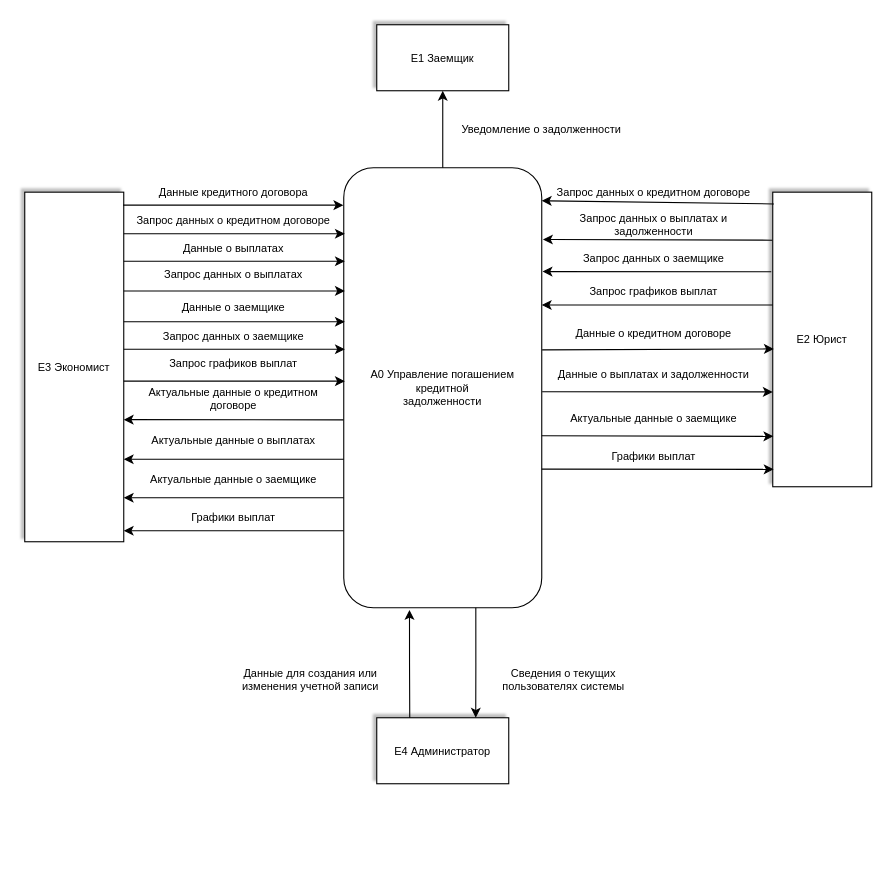
Before: page "A-0" (1 of 3) of DFD.drawio in marlef03/pindblabs, a draw.io diagram. Source tidied: cells renumbered, new cells numbered last; positions are measured from the earlier drawing's top-left corner, leaving out a move shared by most shapes. Both pictures are drawn from the tidied source at 110%, with x=0, y=0 at pixel (24, 24).
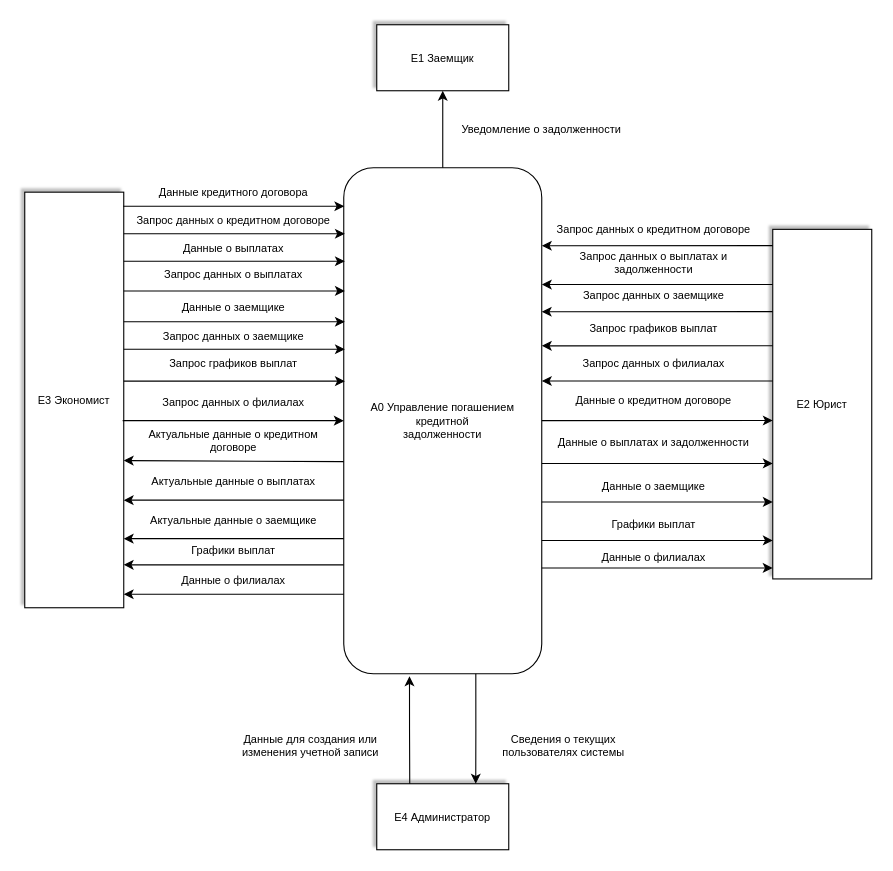
Above is the later version.

Diff of the diagram source:
```diff
@@
     <mxCell id="2" value="A0 Управление погашением кредитной&lt;br&gt;задолженности" style="rounded=1;whiteSpace=wrap;html=1;fontSize=10;" parent="1" vertex="1">
-      <mxGeometry x="290" y="130" width="180" height="400" as="geometry" />
+      <mxGeometry x="290" y="130" width="180" height="460" as="geometry" />
     </mxCell>
@@
     <mxCell id="6" value="E2 Юрист" style="rounded=0;whiteSpace=wrap;html=1;shadow=1;shadowOffsetX=-3;shadowOffsetY=-3;shadowBlur=1;fontSize=10;" parent="1" vertex="1">
-      <mxGeometry x="680" y="152.2" width="90" height="267.8" as="geometry" />
+      <mxGeometry x="680" y="186" width="90" height="317.8" as="geometry" />
     </mxCell>
     <mxCell id="7" value="E3 Экономист" style="rounded=0;whiteSpace=wrap;html=1;shadow=1;shadowOffsetX=-3;shadowOffsetY=-3;shadowBlur=1;fontSize=10;" parent="1" vertex="1">
-      <mxGeometry y="152.2" width="90" height="317.8" as="geometry" />
+      <mxGeometry y="152.2" width="90" height="377.8" as="geometry" />
     </mxCell>
     <mxCell id="8" value="E4 Администратор" style="rounded=0;whiteSpace=wrap;html=1;shadow=1;shadowOffsetX=-3;shadowOffsetY=-3;shadowBlur=1;fontSize=10;" parent="1" vertex="1">
-      <mxGeometry x="320" y="630" width="120" height="60" as="geometry" />
+      <mxGeometry x="320" y="690" width="120" height="60" as="geometry" />
     </mxCell>
@@
     <mxCell id="11" value="Данные для создания или&lt;br&gt;изменения учетной записи" style="text;html=1;whiteSpace=wrap;strokeColor=none;fillColor=none;align=center;verticalAlign=middle;rounded=0;fontSize=10;" parent="1" vertex="1">
-      <mxGeometry x="180" y="580" width="160" height="30" as="geometry" />
+      <mxGeometry x="180" y="640" width="160" height="30" as="geometry" />
     </mxCell>
     <mxCell id="12" value="Сведения о текущих&lt;br&gt;пользователях системы" style="text;html=1;whiteSpace=wrap;strokeColor=none;fillColor=none;align=center;verticalAlign=middle;rounded=0;fontSize=10;" parent="1" vertex="1">
-      <mxGeometry x="410" y="580" width="160" height="30" as="geometry" />
+      <mxGeometry x="410" y="640" width="160" height="30" as="geometry" />
     </mxCell>
@@
     <mxCell id="17" value="Актуальные данные о кредитном договоре" style="text;html=1;whiteSpace=wrap;strokeColor=none;fillColor=none;align=center;verticalAlign=middle;rounded=0;fontSize=10;" parent="1" vertex="1">
-      <mxGeometry x="100" y="332.8" width="180" height="15" as="geometry" />
+      <mxGeometry x="100" y="370" width="180" height="15" as="geometry" />
     </mxCell>
     <mxCell id="18" value="Актуальные данные о выплатах" style="text;html=1;whiteSpace=wrap;strokeColor=none;fillColor=none;align=center;verticalAlign=middle;rounded=0;fontSize=10;" parent="1" vertex="1">
-      <mxGeometry x="100" y="370" width="180" height="15" as="geometry" />
+      <mxGeometry x="100" y="407.2" width="180" height="15" as="geometry" />
     </mxCell>
     <mxCell id="19" value="Актуальные данные о заемщике" style="text;html=1;whiteSpace=wrap;strokeColor=none;fillColor=none;align=center;verticalAlign=middle;rounded=0;fontSize=10;" parent="1" vertex="1">
-      <mxGeometry x="100" y="405" width="180" height="15" as="geometry" />
+      <mxGeometry x="100" y="442.2" width="180" height="15" as="geometry" />
     </mxCell>
     <mxCell id="20" value="Графики выплат" style="text;html=1;whiteSpace=wrap;strokeColor=none;fillColor=none;align=center;verticalAlign=middle;rounded=0;fontSize=10;" parent="1" vertex="1">
-      <mxGeometry x="100" y="440" width="180" height="15" as="geometry" />
+      <mxGeometry x="100" y="470" width="180" height="15" as="geometry" />
     </mxCell>
-    <mxCell id="21" style="endArrow=none;html=1;rounded=0;curved=1;exitX=1;exitY=0.075;exitDx=0;exitDy=0;exitPerimeter=0;entryX=0.011;entryY=0.04;entryDx=0;entryDy=0;entryPerimeter=0;fontSize=10;startArrow=classic;startFill=1;endFill=0;" parent="1" edge="1" source="2" target="6">
-      <mxGeometry relative="1" as="geometry" />
-    </mxCell>
     <mxCell id="22" value="Запрос данных о кредитном договоре" style="text;html=1;whiteSpace=wrap;strokeColor=none;fillColor=none;align=center;verticalAlign=middle;rounded=0;fontSize=10;" parent="1" vertex="1">
-      <mxGeometry x="482" y="144.7" width="180" height="15" as="geometry" />
+      <mxGeometry x="482" y="178.5" width="180" height="15" as="geometry" />
     </mxCell>
-    <mxCell id="23" style="endArrow=none;html=1;rounded=0;curved=1;exitX=1.006;exitY=0.163;exitDx=0;exitDy=0;exitPerimeter=0;entryX=-0.004;entryY=0.163;entryDx=0;entryDy=0;entryPerimeter=0;fontSize=10;startArrow=classic;startFill=1;endFill=0;" parent="1" edge="1" source="2" target="6">
-      <mxGeometry relative="1" as="geometry" />
-    </mxCell>
     <mxCell id="24" value="Запрос данных о выплатах и задолженности" style="text;html=1;whiteSpace=wrap;strokeColor=none;fillColor=none;align=center;verticalAlign=middle;rounded=0;fontSize=10;" parent="1" vertex="1">
-      <mxGeometry x="482" y="174.7" width="180" height="15" as="geometry" />
+      <mxGeometry x="482" y="208.5" width="180" height="15" as="geometry" />
     </mxCell>
-    <mxCell id="25" style="endArrow=none;html=1;rounded=0;curved=1;exitX=1.004;exitY=0.236;exitDx=0;exitDy=0;exitPerimeter=0;entryX=-0.015;entryY=0.27;entryDx=0;entryDy=0;entryPerimeter=0;fontSize=10;startArrow=classic;startFill=1;endFill=0;" parent="1" edge="1" source="2" target="6">
-      <mxGeometry relative="1" as="geometry" />
-    </mxCell>
     <mxCell id="26" value="Запрос данных о заемщике" style="text;html=1;whiteSpace=wrap;strokeColor=none;fillColor=none;align=center;verticalAlign=middle;rounded=0;fontSize=10;" parent="1" vertex="1">
-      <mxGeometry x="482" y="204.7" width="180" height="15" as="geometry" />
+      <mxGeometry x="482" y="238.5" width="180" height="15" as="geometry" />
     </mxCell>
-    <mxCell id="27" style="endArrow=none;html=1;rounded=0;curved=1;exitX=1;exitY=0.312;exitDx=0;exitDy=0;exitPerimeter=0;fontSize=10;startArrow=classic;startFill=1;endFill=0;entryX=0;entryY=0.383;entryDx=0;entryDy=0;entryPerimeter=0;" parent="1" edge="1" source="2" target="6">
-      <mxGeometry relative="1" as="geometry" />
-    </mxCell>
     <mxCell id="28" value="Запрос графиков выплат" style="text;html=1;whiteSpace=wrap;strokeColor=none;fillColor=none;align=center;verticalAlign=middle;rounded=0;fontSize=10;" parent="1" vertex="1">
-      <mxGeometry x="482" y="234.7" width="180" height="15" as="geometry" />
+      <mxGeometry x="482" y="268.5" width="180" height="15" as="geometry" />
     </mxCell>
-    <mxCell id="29" style="endArrow=classic;html=1;rounded=0;curved=1;entryX=0.011;entryY=0.532;entryDx=0;entryDy=0;entryPerimeter=0;exitX=1.002;exitY=0.414;exitDx=0;exitDy=0;exitPerimeter=0;startArrow=none;startFill=0;endFill=1;fontSize=10;" parent="1" edge="1" source="2" target="6">
-      <mxGeometry relative="1" as="geometry" />
-    </mxCell>
     <mxCell id="30" value="Данные о кредитном договоре" style="text;html=1;whiteSpace=wrap;strokeColor=none;fillColor=none;align=center;verticalAlign=middle;rounded=0;fontSize=10;" parent="1" vertex="1">
-      <mxGeometry x="482" y="272" width="180" height="15" as="geometry" />
+      <mxGeometry x="482" y="333.8" width="180" height="15" as="geometry" />
     </mxCell>
-    <mxCell id="31" style="endArrow=classic;html=1;rounded=0;curved=1;entryX=0;entryY=0.678;entryDx=0;entryDy=0;entryPerimeter=0;exitX=1.002;exitY=0.509;exitDx=0;exitDy=0;exitPerimeter=0;endFill=1;startArrow=none;startFill=0;fontSize=10;" parent="1" edge="1" source="2" target="6">
-      <mxGeometry relative="1" as="geometry" />
-    </mxCell>
     <mxCell id="32" value="Данные о выплатах и задолженности" style="text;html=1;whiteSpace=wrap;strokeColor=none;fillColor=none;align=center;verticalAlign=middle;rounded=0;fontSize=10;" parent="1" vertex="1">
-      <mxGeometry x="482" y="310" width="180" height="15" as="geometry" />
+      <mxGeometry x="482" y="371.8" width="180" height="15" as="geometry" />
     </mxCell>
-    <mxCell id="33" style="endArrow=classic;html=1;rounded=0;curved=1;entryX=0.006;entryY=0.829;entryDx=0;entryDy=0;entryPerimeter=0;exitX=1;exitY=0.609;exitDx=0;exitDy=0;exitPerimeter=0;startArrow=none;startFill=0;endFill=1;fontSize=10;" parent="1" edge="1" source="2" target="6">
-      <mxGeometry relative="1" as="geometry" />
-    </mxCell>
-    <mxCell id="34" value="Актуальные данные о заемщике" style="text;html=1;whiteSpace=wrap;strokeColor=none;fillColor=none;align=center;verticalAlign=middle;rounded=0;fontSize=10;" parent="1" vertex="1">
-      <mxGeometry x="482" y="350" width="180" height="15" as="geometry" />
+    <mxCell id="34" value="Данные о заемщике" style="text;html=1;whiteSpace=wrap;strokeColor=none;fillColor=none;align=center;verticalAlign=middle;rounded=0;fontSize=10;" parent="1" vertex="1">
+      <mxGeometry x="482" y="411.8" width="180" height="15" as="geometry" />
     </mxCell>
-    <mxCell id="35" style="endArrow=classic;html=1;rounded=0;curved=1;exitX=1;exitY=0.685;exitDx=0;exitDy=0;exitPerimeter=0;entryX=0.009;entryY=0.941;entryDx=0;entryDy=0;entryPerimeter=0;endFill=1;startArrow=none;startFill=0;fontSize=10;" parent="1" edge="1" source="2" target="6">
-      <mxGeometry relative="1" as="geometry" />
-    </mxCell>
     <mxCell id="36" value="Графики выплат" style="text;html=1;whiteSpace=wrap;strokeColor=none;fillColor=none;align=center;verticalAlign=middle;rounded=0;fontSize=10;" parent="1" vertex="1">
-      <mxGeometry x="482" y="384.7" width="180" height="15" as="geometry" />
+      <mxGeometry x="482" y="446.5" width="180" height="15" as="geometry" />
     </mxCell>
@@
-    <mxCell id="40" style="endArrow=classic;html=1;rounded=0;curved=1;entryX=-0.002;entryY=0.085;entryDx=0;entryDy=0;entryPerimeter=0;exitX=0.994;exitY=0.037;exitDx=0;exitDy=0;exitPerimeter=0;" parent="1" edge="1" source="7" target="2">
-      <mxGeometry relative="1" as="geometry" />
-    </mxCell>
@@
-    <mxCell id="47" style="endArrow=none;html=1;rounded=0;curved=1;entryX=-0.001;entryY=0.573;entryDx=0;entryDy=0;entryPerimeter=0;startArrow=classic;startFill=1;endFill=0;" parent="1" edge="1" target="2">
+    <mxCell id="47" style="endArrow=none;html=1;rounded=0;curved=1;entryX=0;entryY=0.5;entryDx=0;entryDy=0;startArrow=classic;startFill=1;endFill=0;" parent="1" edge="1">
       <mxGeometry relative="1" as="geometry">
-        <mxPoint x="90" y="359" as="sourcePoint" />
+        <mxPoint x="90" y="396.2" as="sourcePoint" />
+        <mxPoint x="290" y="397.2" as="targetPoint" />
       </mxGeometry>
     </mxCell>
     <mxCell id="48" style="endArrow=none;html=1;rounded=0;curved=1;entryX=-0.001;entryY=0.573;entryDx=0;entryDy=0;entryPerimeter=0;startArrow=classic;startFill=1;endFill=0;" parent="1" edge="1">
       <mxGeometry relative="1" as="geometry">
-        <mxPoint x="90" y="395" as="sourcePoint" />
-        <mxPoint x="290" y="395" as="targetPoint" />
+        <mxPoint x="90" y="432.2" as="sourcePoint" />
+        <mxPoint x="290" y="432.2" as="targetPoint" />
       </mxGeometry>
     </mxCell>
     <mxCell id="49" style="endArrow=none;html=1;rounded=0;curved=1;entryX=-0.001;entryY=0.573;entryDx=0;entryDy=0;entryPerimeter=0;startArrow=classic;startFill=1;endFill=0;" parent="1" edge="1">
       <mxGeometry relative="1" as="geometry">
-        <mxPoint x="90" y="430" as="sourcePoint" />
-        <mxPoint x="290" y="430" as="targetPoint" />
+        <mxPoint x="90" y="467.2" as="sourcePoint" />
+        <mxPoint x="290" y="467.2" as="targetPoint" />
       </mxGeometry>
     </mxCell>
     <mxCell id="50" style="endArrow=none;html=1;rounded=0;curved=1;entryX=-0.001;entryY=0.573;entryDx=0;entryDy=0;entryPerimeter=0;startArrow=classic;startFill=1;endFill=0;" parent="1" edge="1">
       <mxGeometry relative="1" as="geometry">
-        <mxPoint x="90" y="460" as="sourcePoint" />
-        <mxPoint x="290" y="460" as="targetPoint" />
+        <mxPoint x="90" y="491" as="sourcePoint" />
+        <mxPoint x="290" y="491" as="targetPoint" />
       </mxGeometry>
     </mxCell>
+    <mxCell id="51" value="Запрос данных о филиалах" style="text;html=1;whiteSpace=wrap;strokeColor=none;fillColor=none;align=center;verticalAlign=middle;rounded=0;fontSize=10;" parent="1" vertex="1">
+      <mxGeometry x="100" y="335" width="180" height="15" as="geometry" />
+    </mxCell>
+    <mxCell id="52" value="Данные о филиалах" style="text;html=1;whiteSpace=wrap;strokeColor=none;fillColor=none;align=center;verticalAlign=middle;rounded=0;fontSize=10;" parent="1" vertex="1">
+      <mxGeometry x="100" y="497.7" width="180" height="15" as="geometry" />
+    </mxCell>
+    <mxCell id="53" style="endArrow=none;html=1;rounded=0;curved=1;entryX=-0.001;entryY=0.573;entryDx=0;entryDy=0;entryPerimeter=0;startArrow=classic;startFill=1;endFill=0;" parent="1" edge="1">
+      <mxGeometry relative="1" as="geometry">
+        <mxPoint x="90" y="517.7" as="sourcePoint" />
+        <mxPoint x="290" y="517.7" as="targetPoint" />
+      </mxGeometry>
+    </mxCell>
+    <mxCell id="54" style="endArrow=classic;html=1;rounded=0;curved=1;entryX=-0.002;entryY=0.085;entryDx=0;entryDy=0;entryPerimeter=0;exitX=0.994;exitY=0.037;exitDx=0;exitDy=0;exitPerimeter=0;" parent="1" edge="1">
+      <mxGeometry relative="1" as="geometry">
+        <mxPoint x="89" y="359.9" as="sourcePoint" />
+        <mxPoint x="290" y="359.9" as="targetPoint" />
+      </mxGeometry>
+    </mxCell>
+    <mxCell id="55" style="endArrow=classic;html=1;rounded=0;curved=1;entryX=-0.002;entryY=0.085;entryDx=0;entryDy=0;entryPerimeter=0;exitX=0.994;exitY=0.037;exitDx=0;exitDy=0;exitPerimeter=0;" parent="1" edge="1">
+      <mxGeometry relative="1" as="geometry">
+        <mxPoint x="89.5" y="165" as="sourcePoint" />
+        <mxPoint x="290.5" y="165" as="targetPoint" />
+      </mxGeometry>
+    </mxCell>
+    <mxCell id="56" value="Данные о филиалах" style="text;html=1;whiteSpace=wrap;strokeColor=none;fillColor=none;align=center;verticalAlign=middle;rounded=0;fontSize=10;" parent="1" vertex="1">
+      <mxGeometry x="482" y="476" width="180" height="15" as="geometry" />
+    </mxCell>
+    <mxCell id="57" value="Запрос данных о филиалах" style="text;html=1;whiteSpace=wrap;strokeColor=none;fillColor=none;align=center;verticalAlign=middle;rounded=0;fontSize=10;" parent="1" vertex="1">
+      <mxGeometry x="482" y="300.8" width="180" height="15" as="geometry" />
+    </mxCell>
+    <mxCell id="58" style="endArrow=classic;html=1;rounded=0;curved=1;entryX=-0.001;entryY=0.968;entryDx=0;entryDy=0;entryPerimeter=0;exitX=0.994;exitY=0.037;exitDx=0;exitDy=0;exitPerimeter=0;" parent="1" edge="1">
+      <mxGeometry relative="1" as="geometry">
+        <mxPoint x="470" y="493.9" as="sourcePoint" />
+        <mxPoint x="679.9" y="493.8" as="targetPoint" />
+      </mxGeometry>
+    </mxCell>
+    <mxCell id="59" style="endArrow=classic;html=1;rounded=0;curved=1;entryX=-0.001;entryY=0.968;entryDx=0;entryDy=0;entryPerimeter=0;exitX=0.994;exitY=0.037;exitDx=0;exitDy=0;exitPerimeter=0;" parent="1" edge="1">
+      <mxGeometry relative="1" as="geometry">
+        <mxPoint x="470.1" y="468.9" as="sourcePoint" />
+        <mxPoint x="680" y="468.8" as="targetPoint" />
+      </mxGeometry>
+    </mxCell>
+    <mxCell id="60" style="endArrow=classic;html=1;rounded=0;curved=1;entryX=-0.001;entryY=0.968;entryDx=0;entryDy=0;entryPerimeter=0;exitX=0.994;exitY=0.037;exitDx=0;exitDy=0;exitPerimeter=0;" parent="1" edge="1">
+      <mxGeometry relative="1" as="geometry">
+        <mxPoint x="470.1" y="433.9" as="sourcePoint" />
+        <mxPoint x="680" y="433.8" as="targetPoint" />
+      </mxGeometry>
+    </mxCell>
+    <mxCell id="61" style="endArrow=classic;html=1;rounded=0;curved=1;entryX=-0.001;entryY=0.968;entryDx=0;entryDy=0;entryPerimeter=0;exitX=0.994;exitY=0.037;exitDx=0;exitDy=0;exitPerimeter=0;" parent="1" edge="1">
+      <mxGeometry relative="1" as="geometry">
+        <mxPoint x="470.1" y="398.9" as="sourcePoint" />
+        <mxPoint x="680" y="398.8" as="targetPoint" />
+      </mxGeometry>
+    </mxCell>
+    <mxCell id="62" style="endArrow=classic;html=1;rounded=0;curved=1;entryX=-0.001;entryY=0.968;entryDx=0;entryDy=0;entryPerimeter=0;exitX=0.994;exitY=0.037;exitDx=0;exitDy=0;exitPerimeter=0;" parent="1" edge="1">
+      <mxGeometry relative="1" as="geometry">
+        <mxPoint x="470.1" y="359.9" as="sourcePoint" />
+        <mxPoint x="680" y="359.8" as="targetPoint" />
+      </mxGeometry>
+    </mxCell>
+    <mxCell id="63" style="endArrow=none;html=1;rounded=0;curved=1;entryX=-0.001;entryY=0.968;entryDx=0;entryDy=0;entryPerimeter=0;exitX=0.994;exitY=0.037;exitDx=0;exitDy=0;exitPerimeter=0;endFill=0;startArrow=classic;startFill=1;" parent="1" edge="1">
+      <mxGeometry relative="1" as="geometry">
+        <mxPoint x="470.1" y="323.9" as="sourcePoint" />
+        <mxPoint x="680" y="323.8" as="targetPoint" />
+      </mxGeometry>
+    </mxCell>
+    <mxCell id="64" style="endArrow=none;html=1;rounded=0;curved=1;entryX=-0.001;entryY=0.968;entryDx=0;entryDy=0;entryPerimeter=0;exitX=0.994;exitY=0.037;exitDx=0;exitDy=0;exitPerimeter=0;endFill=0;startArrow=classic;startFill=1;" parent="1" edge="1">
+      <mxGeometry relative="1" as="geometry">
+        <mxPoint x="470.1" y="291.9" as="sourcePoint" />
+        <mxPoint x="680" y="291.8" as="targetPoint" />
+      </mxGeometry>
+    </mxCell>
+    <mxCell id="65" style="endArrow=none;html=1;rounded=0;curved=1;entryX=-0.001;entryY=0.968;entryDx=0;entryDy=0;entryPerimeter=0;exitX=0.994;exitY=0.037;exitDx=0;exitDy=0;exitPerimeter=0;endFill=0;startArrow=classic;startFill=1;" parent="1" edge="1">
+      <mxGeometry relative="1" as="geometry">
+        <mxPoint x="470" y="260.9" as="sourcePoint" />
+        <mxPoint x="679.9" y="260.8" as="targetPoint" />
+      </mxGeometry>
+    </mxCell>
+    <mxCell id="66" style="endArrow=none;html=1;rounded=0;curved=1;entryX=-0.001;entryY=0.968;entryDx=0;entryDy=0;entryPerimeter=0;exitX=0.994;exitY=0.037;exitDx=0;exitDy=0;exitPerimeter=0;endFill=0;startArrow=classic;startFill=1;" parent="1" edge="1">
+      <mxGeometry relative="1" as="geometry">
+        <mxPoint x="470.1" y="236.2" as="sourcePoint" />
+        <mxPoint x="680" y="236.1" as="targetPoint" />
+      </mxGeometry>
+    </mxCell>
+    <mxCell id="67" style="endArrow=none;html=1;rounded=0;curved=1;entryX=-0.001;entryY=0.968;entryDx=0;entryDy=0;entryPerimeter=0;exitX=0.994;exitY=0.037;exitDx=0;exitDy=0;exitPerimeter=0;endFill=0;startArrow=classic;startFill=1;" parent="1" edge="1">
+      <mxGeometry relative="1" as="geometry">
+        <mxPoint x="470.1" y="200.9" as="sourcePoint" />
+        <mxPoint x="680" y="200.8" as="targetPoint" />
+      </mxGeometry>
+    </mxCell>
```
